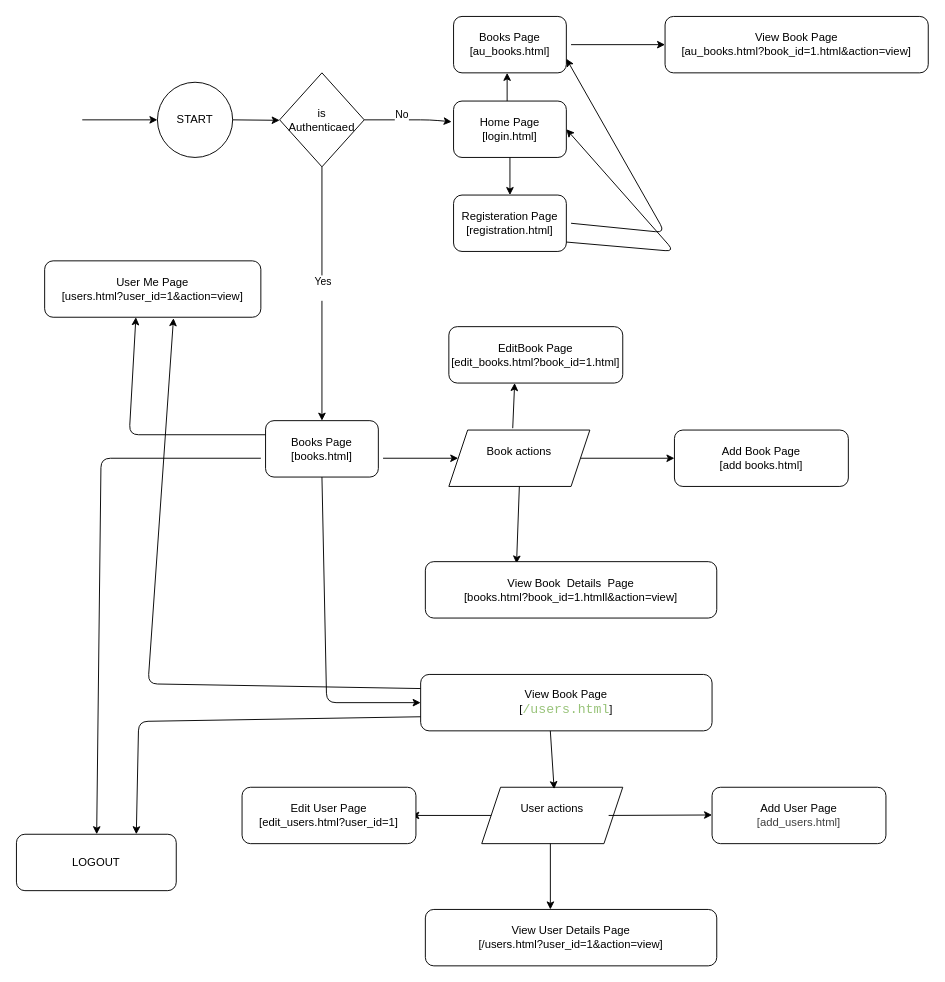
adamacadamy/bookLibraryAppFE keeps this draw.io diagram as screens/navigation.drawio. Above is the earlier version. Source tidied: cells renumbered, new cells numbered last; positions are measured from the earlier drawing's top-left corner, leaving out a move shared by most shapes. Both pictures are drawn from the tidied source at 94%, with x=0, y=0 at pixel (16, 16).
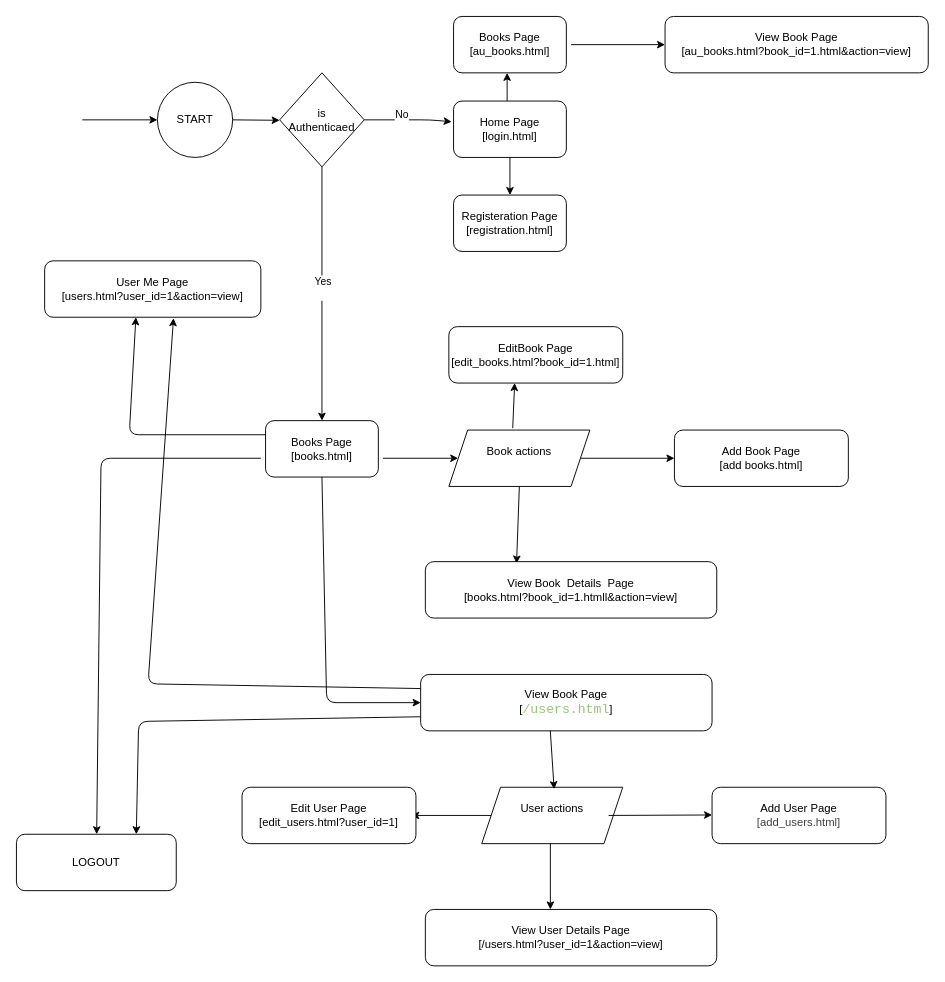
Above is the later version.

Unchanged cells that the change refers to:
```xml
<mxCell id="5" value="Home Page&lt;div&gt;[login.html]&lt;/div&gt;" style="rounded=1;whiteSpace=wrap;html=1;" parent="1" vertex="1">
  <mxGeometry x="465" y="90" width="120" height="60" as="geometry" />
</mxCell>
<mxCell id="7" value="Books Page&lt;div&gt;[au_books.html]&lt;/div&gt;" style="rounded=1;whiteSpace=wrap;html=1;" parent="1" vertex="1">
  <mxGeometry x="465" width="120" height="60" as="geometry" />
</mxCell>
```

Diff of the diagram source:
```diff
@@
-    <mxCell id="42" style="endArrow=classic;html=1;entryX=1;entryY=0.5;entryDx=0;entryDy=0;" parent="1" edge="1" target="5">
-      <mxGeometry relative="1" as="geometry">
-        <mxPoint x="585" y="240" as="sourcePoint" />
-        <Array as="points">
-          <mxPoint x="700" y="250" />
-        </Array>
-      </mxGeometry>
-    </mxCell>
-    <mxCell id="43" style="endArrow=classic;html=1;entryX=1;entryY=0.75;entryDx=0;entryDy=0;" parent="1" edge="1" target="7">
-      <mxGeometry relative="1" as="geometry">
-        <mxPoint x="590" y="220" as="sourcePoint" />
-        <Array as="points">
-          <mxPoint x="690" y="230" />
-        </Array>
-      </mxGeometry>
-    </mxCell>
```
